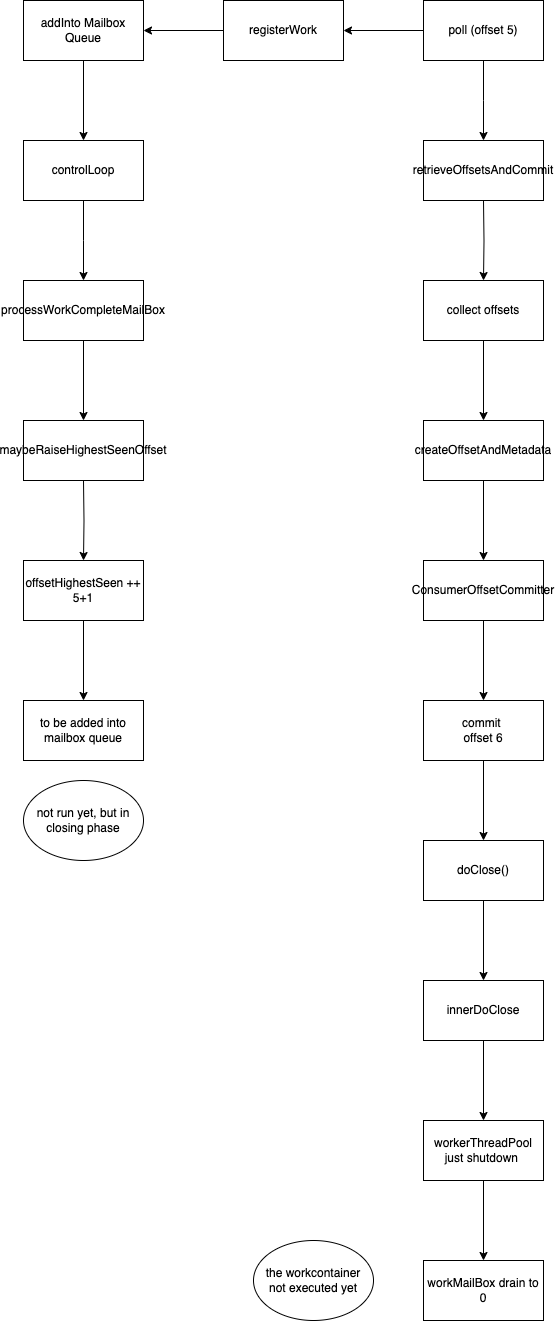
Above: images/commit_flow.png in sangreal/sangreal.github.io (draw.io), before the change. Source tidied: cells renumbered, new cells last; positions are measured from the earlier drawing's top-left corner, leaving out a move shared by most shapes.
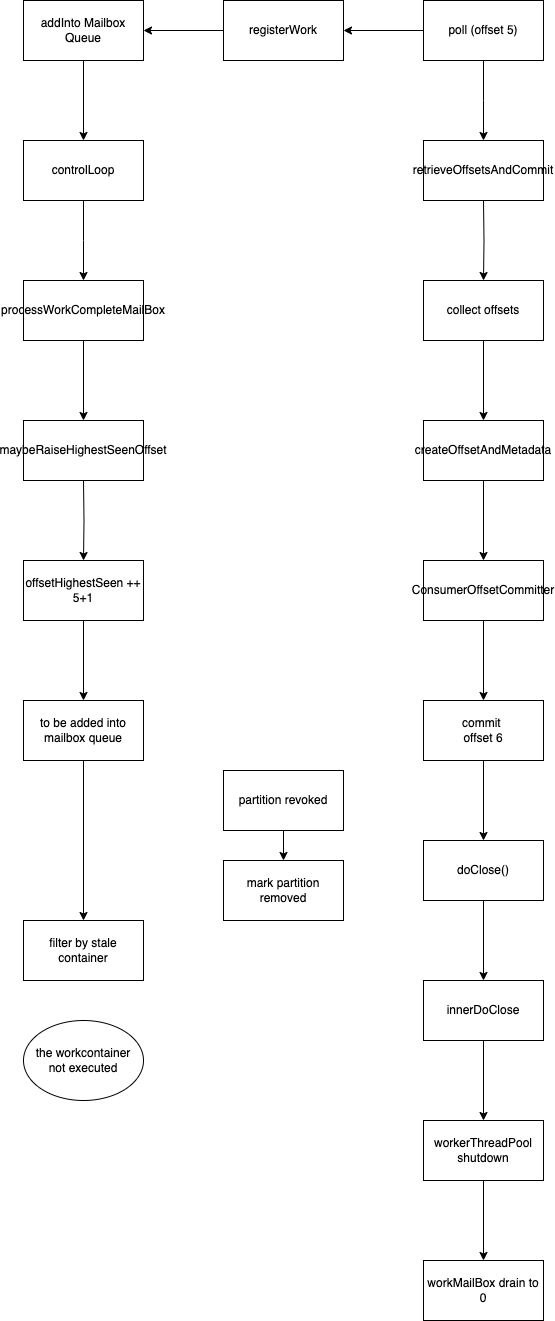
After the change.

What changed in the source:
```diff
@@ -61,9 +61,6 @@
     <mxCell id="17" value="offsetHighestSeen ++&lt;br&gt;5+1" style="whiteSpace=wrap;html=1;rounded=0;" parent="1" vertex="1">
       <mxGeometry y="560" width="120" height="60" as="geometry" />
     </mxCell>
-    <mxCell id="18" value="not run yet, but in closing phase" style="ellipse;whiteSpace=wrap;html=1;" parent="1" vertex="1">
-      <mxGeometry y="780" width="120" height="80" as="geometry" />
-    </mxCell>
     <mxCell id="19" style="edgeStyle=orthogonalEdgeStyle;rounded=0;jettySize=auto;html=1;" parent="1" edge="1" source="20" target="22">
       <mxGeometry relative="1" as="geometry" />
     </mxCell>
@@ -106,17 +103,32 @@
     <mxCell id="32" style="edgeStyle=orthogonalEdgeStyle;rounded=0;jettySize=auto;html=1;" parent="1" edge="1" source="33" target="34">
       <mxGeometry relative="1" as="geometry" />
     </mxCell>
-    <mxCell id="33" value="workerThreadPool&lt;br&gt;just shutdown&amp;nbsp;" style="whiteSpace=wrap;html=1;rounded=0;" parent="1" vertex="1">
+    <mxCell id="33" value="workerThreadPool&lt;br&gt;&amp;nbsp;shutdown&amp;nbsp;" style="whiteSpace=wrap;html=1;rounded=0;" parent="1" vertex="1">
       <mxGeometry x="400" y="1120" width="120" height="60" as="geometry" />
     </mxCell>
     <mxCell id="34" value="workMailBox drain to 0" style="whiteSpace=wrap;html=1;rounded=0;" parent="1" vertex="1">
       <mxGeometry x="400" y="1260" width="120" height="60" as="geometry" />
     </mxCell>
+    <mxCell id="37" style="edgeStyle=orthogonalEdgeStyle;rounded=0;jettySize=auto;html=1;" parent="1" edge="1" source="35" target="38">
+      <mxGeometry relative="1" as="geometry" />
+    </mxCell>
     <mxCell id="35" value="to be added into mailbox queue" style="whiteSpace=wrap;html=1;rounded=0;" parent="1" vertex="1">
       <mxGeometry y="700" width="120" height="60" as="geometry" />
     </mxCell>
-    <mxCell id="36" value="the workcontainer&lt;br&gt;not executed yet" style="ellipse;whiteSpace=wrap;html=1;" parent="1" vertex="1">
-      <mxGeometry x="230" y="1240" width="120" height="80" as="geometry" />
+    <mxCell id="36" value="the workcontainer&lt;br&gt;not executed" style="ellipse;whiteSpace=wrap;html=1;" parent="1" vertex="1">
+      <mxGeometry y="1020" width="120" height="80" as="geometry" />
     </mxCell>
+    <mxCell id="38" value="filter by stale container" style="whiteSpace=wrap;html=1;rounded=0;" parent="1" vertex="1">
+      <mxGeometry y="920" width="120" height="60" as="geometry" />
+    </mxCell>
+    <mxCell id="39" style="edgeStyle=orthogonalEdgeStyle;rounded=0;jettySize=auto;html=1;" parent="1" edge="1" source="40" target="41">
+      <mxGeometry relative="1" as="geometry" />
+    </mxCell>
+    <mxCell id="40" value="partition revoked" style="whiteSpace=wrap;html=1;rounded=0;" parent="1" vertex="1">
+      <mxGeometry x="200" y="770" width="120" height="60" as="geometry" />
+    </mxCell>
+    <mxCell id="41" value="mark partition removed" style="whiteSpace=wrap;html=1;rounded=0;" parent="1" vertex="1">
+      <mxGeometry x="200" y="860" width="120" height="60" as="geometry" />
+    </mxCell>
   </root>
 </mxGraphModel>
```
